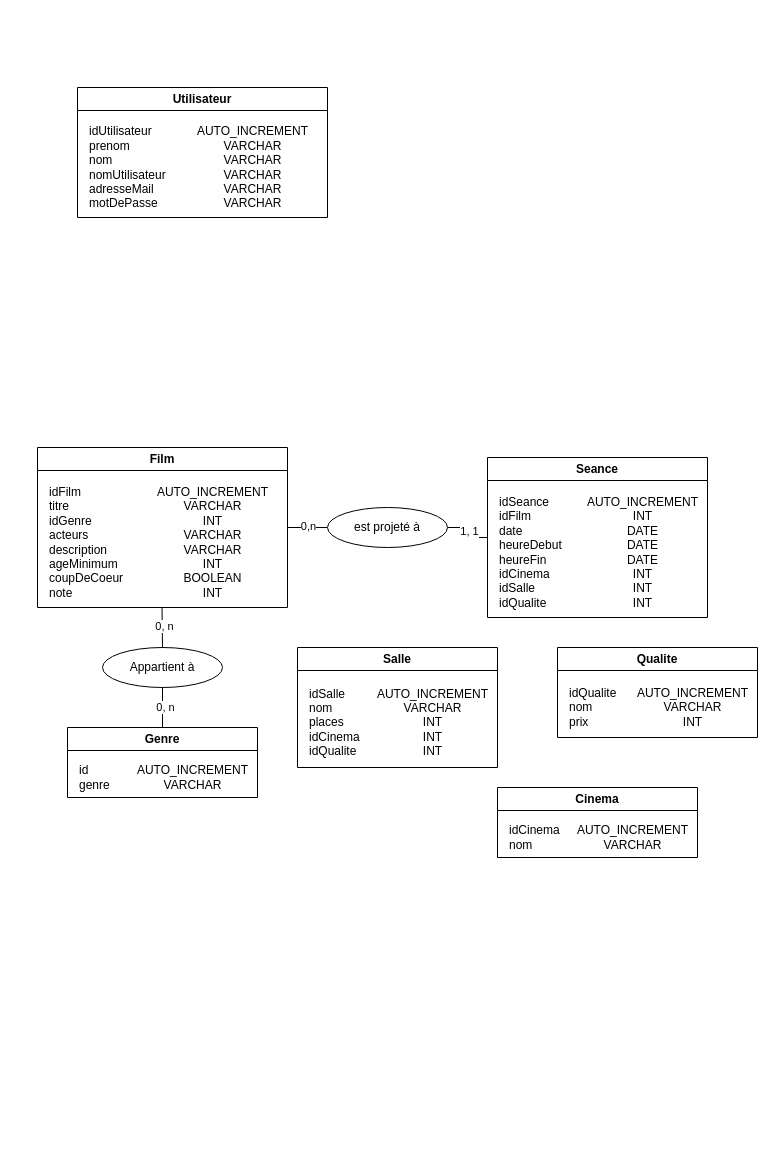
Earlier version of the draw.io diagram MCD.drawio (Thifanie/cinephoria). Source tidied: cells renumbered, new cells numbered last; positions are measured from the earlier drawing's top-left corner, leaving out a move shared by most shapes. Both pictures are drawn from the tidied source at 100%, with x=0, y=0 at pixel (37, 87).
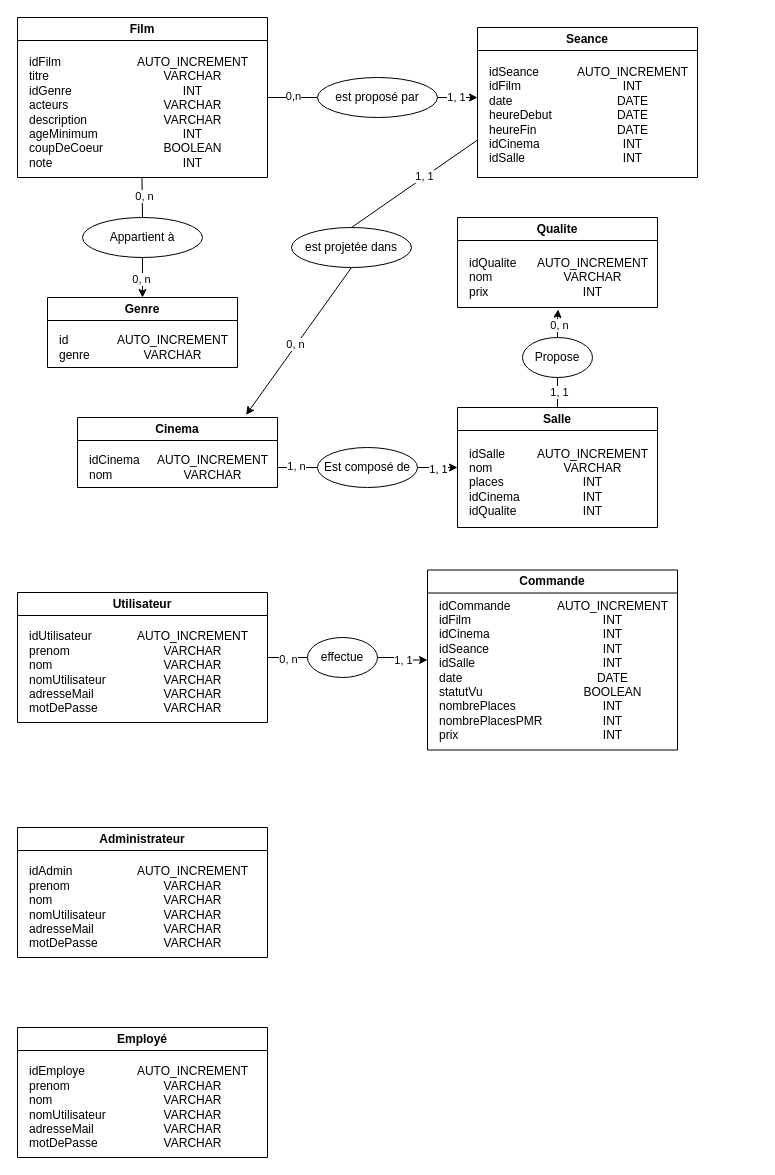
The same diagram, later.

Commit message (it also covers changes not shown here):
Mettre à jour MCD.drawio

The change refers to these unchanged cells:
```xml
<mxCell id="28" value="AUTO_INCREMENT&lt;div&gt;VARCHAR&lt;/div&gt;&lt;div&gt;INT&lt;/div&gt;" style="text;html=1;align=center;verticalAlign=middle;points=[];strokeColor=none;fillColor=none;" parent="27" vertex="1">
  <mxGeometry x="70" y="30" width="130" height="60" as="geometry" />
</mxCell>
<mxCell id="31" value="AUTO_INCREMENT&lt;div&gt;VARCHAR&lt;/div&gt;" style="text;html=1;align=center;verticalAlign=middle;points=[];strokeColor=none;fillColor=none;" parent="30" vertex="1">
  <mxGeometry x="70" y="30" width="130" height="40" as="geometry" />
</mxCell>
```

Change to the diagram source:
```diff
@@
+    <mxCell id="33" style="edgeStyle=orthogonalEdgeStyle;rounded=0;jettySize=auto;html=1;entryX=0;entryY=0.5;entryDx=0;entryDy=0;endArrow=none;endFill=0;" parent="1" edge="1" source="2" target="57">
+      <mxGeometry relative="1" as="geometry" />
+    </mxCell>
+    <mxCell id="34" value="0, n" style="edgeLabel;html=1;align=center;verticalAlign=middle;" parent="33" vertex="1">
+      <mxGeometry x="-0.02" y="-1" relative="1" as="geometry" />
+    </mxCell>
     <mxCell id="2" value="Utilisateur" style="swimlane;whiteSpace=wrap;html=1;fillColor=#FFFFFF;gradientColor=none;swimlaneLine=1;rounded=0;shadow=0;glass=0;" parent="1" vertex="1">
-      <mxGeometry x="40" width="250" height="130" as="geometry" />
+      <mxGeometry x="-20" y="505" width="250" height="130" as="geometry" />
     </mxCell>
@@
     <mxCell id="7" value="Film" style="swimlane;whiteSpace=wrap;html=1;fillColor=#FFFFFF;gradientColor=none;swimlaneLine=1;rounded=0;shadow=0;glass=0;" parent="1" vertex="1">
-      <mxGeometry y="360" width="250" height="160" as="geometry" />
+      <mxGeometry x="-20" y="-70" width="250" height="160" as="geometry" />
     </mxCell>
@@
-    <mxCell id="10" value="Genre" style="swimlane;whiteSpace=wrap;html=1;fillColor=#FFFFFF;gradientColor=none;swimlaneLine=1;rounded=0;shadow=0;glass=0;" parent="1" vertex="1">
-      <mxGeometry x="30" y="640" width="190" height="70" as="geometry" />
-    </mxCell>
-    <mxCell id="11" value="AUTO_INCREMENT&lt;div&gt;VARCHAR&lt;/div&gt;" style="text;html=1;align=center;verticalAlign=middle;strokeColor=none;fillColor=none;" parent="10" vertex="1">
-      <mxGeometry x="60" y="30" width="130" height="40" as="geometry" />
-    </mxCell>
-    <mxCell id="12" value="id&lt;div&gt;genre&lt;/div&gt;" style="text;html=1;align=left;verticalAlign=middle;strokeColor=none;fillColor=none;" parent="10" vertex="1">
-      <mxGeometry x="10" y="30" width="50" height="40" as="geometry" />
-    </mxCell>
-    <mxCell id="13" value="Appartient à" style="ellipse;whiteSpace=wrap;html=1;" parent="1" vertex="1">
-      <mxGeometry x="65" y="560" width="120" height="40" as="geometry" />
-    </mxCell>
-    <mxCell id="14" style="endArrow=none;html=1;rounded=0;exitX=0.5;exitY=0;exitDx=0;exitDy=0;" parent="1" edge="1" source="13">
+    <mxCell id="14" style="endArrow=none;html=1;rounded=0;exitX=0.5;exitY=0;exitDx=0;exitDy=0;" parent="1" edge="1">
       <mxGeometry relative="1" as="geometry">
-        <mxPoint x="124.5" y="520" as="targetPoint" />
+        <mxPoint x="105" y="130" as="sourcePoint" />
+        <mxPoint x="104.5" y="90" as="targetPoint" />
       </mxGeometry>
     </mxCell>
@@
-    <mxCell id="16" style="endArrow=none;html=1;rounded=0;exitX=0.5;exitY=0;exitDx=0;exitDy=0;entryX=0.5;entryY=1;entryDx=0;entryDy=0;" parent="1" edge="1" source="10" target="13">
-      <mxGeometry relative="1" as="geometry" />
-    </mxCell>
-    <mxCell id="17" value="0, n" style="edgeLabel;html=1;align=center;verticalAlign=middle;" parent="16" vertex="1">
-      <mxGeometry x="0.03" y="-2" relative="1" as="geometry" />
-    </mxCell>
     <mxCell id="18" value="Seance" style="swimlane;whiteSpace=wrap;html=1;fillColor=#FFFFFF;gradientColor=none;swimlaneLine=1;rounded=0;shadow=0;glass=0;" parent="1" vertex="1">
-      <mxGeometry x="450" y="370" width="220" height="160" as="geometry" />
+      <mxGeometry x="440" y="-60" width="220" height="150" as="geometry" />
     </mxCell>
-    <mxCell id="19" value="AUTO_INCREMENT&lt;div&gt;INT&lt;/div&gt;&lt;div&gt;DATE&lt;/div&gt;&lt;div&gt;DATE&lt;/div&gt;&lt;div&gt;DATE&lt;/div&gt;&lt;div&gt;INT&lt;/div&gt;&lt;div&gt;INT&lt;/div&gt;&lt;div&gt;INT&lt;/div&gt;" style="text;html=1;align=center;verticalAlign=middle;strokeColor=none;fillColor=none;" parent="18" vertex="1">
+    <mxCell id="19" value="AUTO_INCREMENT&lt;div&gt;INT&lt;/div&gt;&lt;div&gt;DATE&lt;/div&gt;&lt;div&gt;DATE&lt;/div&gt;&lt;div&gt;DATE&lt;/div&gt;&lt;div&gt;INT&lt;/div&gt;&lt;div&gt;INT&lt;/div&gt;&lt;div&gt;&lt;br&gt;&lt;/div&gt;" style="text;html=1;align=center;verticalAlign=middle;strokeColor=none;fillColor=none;" parent="18" vertex="1">
       <mxGeometry x="90" y="30" width="130" height="130" as="geometry" />
     </mxCell>
-    <mxCell id="20" value="idSeance&lt;div&gt;idFilm&lt;br&gt;&lt;div&gt;date&lt;/div&gt;&lt;/div&gt;&lt;div style=&quot;&quot;&gt;heureDebut&lt;/div&gt;&lt;div&gt;heureFin&lt;/div&gt;&lt;div&gt;idCinema&lt;/div&gt;&lt;div&gt;idSalle&lt;/div&gt;&lt;div&gt;idQualite&lt;/div&gt;" style="text;html=1;align=left;verticalAlign=middle;strokeColor=none;fillColor=none;" parent="18" vertex="1">
+    <mxCell id="20" value="idSeance&lt;div&gt;idFilm&lt;br&gt;&lt;div&gt;date&lt;/div&gt;&lt;/div&gt;&lt;div style=&quot;&quot;&gt;heureDebut&lt;/div&gt;&lt;div&gt;heureFin&lt;/div&gt;&lt;div&gt;idCinema&lt;/div&gt;&lt;div&gt;idSalle&lt;/div&gt;&lt;div&gt;&lt;br&gt;&lt;/div&gt;" style="text;html=1;align=left;verticalAlign=middle;strokeColor=none;fillColor=none;" parent="18" vertex="1">
       <mxGeometry x="10" y="30" width="90" height="130" as="geometry" />
     </mxCell>
-    <mxCell id="21" style="edgeStyle=orthogonalEdgeStyle;rounded=0;jettySize=auto;html=1;exitX=1;exitY=0.5;exitDx=0;exitDy=0;entryX=0;entryY=0.5;entryDx=0;entryDy=0;endArrow=none;endFill=0;" parent="1" edge="1" source="23" target="18">
-      <mxGeometry relative="1" as="geometry" />
+    <mxCell id="21" style="edgeStyle=orthogonalEdgeStyle;rounded=0;jettySize=auto;html=1;exitX=1;exitY=0.5;exitDx=0;exitDy=0;endArrow=classic;endFill=1;" parent="1" edge="1" source="23">
+      <mxGeometry relative="1" as="geometry">
+        <mxPoint x="440" y="10" as="targetPoint" />
+      </mxGeometry>
     </mxCell>
@@
-    <mxCell id="23" value="est projeté à" style="ellipse;whiteSpace=wrap;html=1;" parent="1" vertex="1">
-      <mxGeometry x="290" y="420" width="120" height="40" as="geometry" />
+    <mxCell id="23" value="est proposé par" style="ellipse;whiteSpace=wrap;html=1;" parent="1" vertex="1">
+      <mxGeometry x="280" y="-10" width="120" height="40" as="geometry" />
     </mxCell>
+    <mxCell id="35" style="edgeStyle=orthogonalEdgeStyle;rounded=0;jettySize=auto;html=1;exitX=0.5;exitY=0;exitDx=0;exitDy=0;entryX=0.5;entryY=1;entryDx=0;entryDy=0;endArrow=none;endFill=0;" parent="1" edge="1" source="24" target="42">
+      <mxGeometry relative="1" as="geometry" />
+    </mxCell>
+    <mxCell id="36" value="1, 1" style="edgeLabel;html=1;align=center;verticalAlign=middle;" parent="35" vertex="1">
+      <mxGeometry x="0.04" y="-1" relative="1" as="geometry" />
+    </mxCell>
     <mxCell id="24" value="Salle" style="swimlane;whiteSpace=wrap;html=1;fillColor=#FFFFFF;gradientColor=none;swimlaneLine=1;rounded=0;shadow=0;glass=0;" parent="1" vertex="1">
-      <mxGeometry x="260" y="560" width="200" height="120" as="geometry" />
+      <mxGeometry x="420" y="320" width="200" height="120" as="geometry" />
     </mxCell>
@@
     <mxCell id="27" value="Qualite" style="swimlane;whiteSpace=wrap;html=1;fillColor=#FFFFFF;gradientColor=none;swimlaneLine=1;rounded=0;shadow=0;glass=0;" parent="1" vertex="1">
-      <mxGeometry x="520" y="560" width="200" height="90" as="geometry" />
+      <mxGeometry x="420" y="130" width="200" height="90" as="geometry" />
     </mxCell>
@@
     <mxCell id="30" value="Cinema" style="swimlane;whiteSpace=wrap;html=1;fillColor=#FFFFFF;gradientColor=none;swimlaneLine=1;rounded=0;shadow=0;glass=0;" parent="1" vertex="1">
-      <mxGeometry x="460" y="700" width="200" height="70" as="geometry" />
+      <mxGeometry x="40" y="330" width="200" height="70" as="geometry" />
     </mxCell>
@@
+    <mxCell id="37" style="edgeStyle=orthogonalEdgeStyle;rounded=0;jettySize=auto;html=1;exitX=1;exitY=0.5;exitDx=0;exitDy=0;entryX=0;entryY=0.5;entryDx=0;entryDy=0;endArrow=classic;endFill=1;" parent="1" edge="1" source="39" target="24">
+      <mxGeometry relative="1" as="geometry" />
+    </mxCell>
+    <mxCell id="38" value="1, 1" style="edgeLabel;html=1;align=center;verticalAlign=middle;" parent="37" vertex="1">
+      <mxGeometry y="-1" relative="1" as="geometry" />
+    </mxCell>
+    <mxCell id="39" value="Est composé de" style="ellipse;whiteSpace=wrap;html=1;" parent="1" vertex="1">
+      <mxGeometry x="280" y="360" width="100" height="40" as="geometry" />
+    </mxCell>
+    <mxCell id="40" style="edgeStyle=orthogonalEdgeStyle;rounded=0;jettySize=auto;html=1;endArrow=none;endFill=0;" parent="1" edge="1" source="31" target="39">
+      <mxGeometry relative="1" as="geometry" />
+    </mxCell>
+    <mxCell id="41" value="1, n" style="edgeLabel;html=1;align=center;verticalAlign=middle;" parent="40" vertex="1">
+      <mxGeometry x="-0.1" y="2" relative="1" as="geometry" />
+    </mxCell>
+    <mxCell id="42" value="Propose" style="ellipse;whiteSpace=wrap;html=1;" parent="1" vertex="1">
+      <mxGeometry x="485" y="250" width="70" height="40" as="geometry" />
+    </mxCell>
+    <mxCell id="43" style="edgeStyle=orthogonalEdgeStyle;rounded=0;jettySize=auto;html=1;entryX=0.236;entryY=1.033;entryDx=0;entryDy=0;entryPerimeter=0;endArrow=classic;endFill=1;" parent="1" edge="1" source="42" target="28">
+      <mxGeometry relative="1" as="geometry" />
+    </mxCell>
+    <mxCell id="44" value="0, n" style="edgeLabel;html=1;align=center;verticalAlign=middle;" parent="43" vertex="1">
+      <mxGeometry x="-0.12" y="-1" relative="1" as="geometry" />
+    </mxCell>
+    <mxCell id="45" value="est projetée dans" style="ellipse;whiteSpace=wrap;html=1;" parent="1" vertex="1">
+      <mxGeometry x="254" y="140" width="120" height="40" as="geometry" />
+    </mxCell>
+    <mxCell id="10" value="Genre" style="swimlane;whiteSpace=wrap;html=1;fillColor=#FFFFFF;gradientColor=none;swimlaneLine=1;rounded=0;shadow=0;glass=0;" parent="1" vertex="1">
+      <mxGeometry x="10" y="210" width="190" height="70" as="geometry" />
+    </mxCell>
+    <mxCell id="11" value="AUTO_INCREMENT&lt;div&gt;VARCHAR&lt;/div&gt;" style="text;html=1;align=center;verticalAlign=middle;strokeColor=none;fillColor=none;" parent="10" vertex="1">
+      <mxGeometry x="60" y="30" width="130" height="40" as="geometry" />
+    </mxCell>
+    <mxCell id="12" value="id&lt;div&gt;genre&lt;/div&gt;" style="text;html=1;align=left;verticalAlign=middle;strokeColor=none;fillColor=none;" parent="10" vertex="1">
+      <mxGeometry x="10" y="30" width="50" height="40" as="geometry" />
+    </mxCell>
+    <mxCell id="13" value="Appartient à" style="ellipse;whiteSpace=wrap;html=1;" parent="1" vertex="1">
+      <mxGeometry x="45" y="130" width="120" height="40" as="geometry" />
+    </mxCell>
+    <mxCell id="46" style="endArrow=classic;html=1;rounded=0;entryX=0.5;entryY=1;entryDx=0;entryDy=0;endFill=1;exitX=0.5;exitY=1;exitDx=0;exitDy=0;" parent="1" edge="1" source="13">
+      <mxGeometry relative="1" as="geometry">
+        <mxPoint x="105" y="210" as="targetPoint" />
+      </mxGeometry>
+    </mxCell>
+    <mxCell id="47" value="0, n" style="edgeLabel;html=1;align=center;verticalAlign=middle;" parent="46" vertex="1">
+      <mxGeometry x="0.03" y="-2" relative="1" as="geometry" />
+    </mxCell>
+    <mxCell id="48" style="endArrow=none;html=1;rounded=0;entryX=0;entryY=0.75;entryDx=0;entryDy=0;exitX=0.5;exitY=0;exitDx=0;exitDy=0;" parent="1" edge="1" source="45" target="18">
+      <mxGeometry relative="1" as="geometry" />
+    </mxCell>
+    <mxCell id="49" value="1, 1" style="edgeLabel;html=1;align=center;verticalAlign=middle;" parent="48" vertex="1">
+      <mxGeometry x="0.16" y="1" relative="1" as="geometry" />
+    </mxCell>
+    <mxCell id="50" style="endArrow=classic;html=1;rounded=0;exitX=0.5;exitY=1;exitDx=0;exitDy=0;entryX=0.843;entryY=-0.038;entryDx=0;entryDy=0;endFill=1;entryPerimeter=0;" parent="1" edge="1" source="45" target="30">
+      <mxGeometry relative="1" as="geometry" />
+    </mxCell>
+    <mxCell id="51" value="0, n" style="edgeLabel;html=1;align=center;verticalAlign=middle;" parent="50" vertex="1">
+      <mxGeometry x="0.06" y="-2" relative="1" as="geometry">
+        <mxPoint x="1" as="offset" />
+      </mxGeometry>
+    </mxCell>
+    <mxCell id="52" value="Commande" style="swimlane;whiteSpace=wrap;html=1;fillColor=#FFFFFF;gradientColor=none;swimlaneLine=1;rounded=0;shadow=0;glass=0;" parent="1" vertex="1">
+      <mxGeometry x="390" y="482.5" width="250" height="180" as="geometry" />
+    </mxCell>
+    <mxCell id="53" value="AUTO_INCREMENT&lt;div&gt;INT&lt;/div&gt;&lt;div&gt;INT&lt;/div&gt;&lt;div&gt;INT&lt;/div&gt;&lt;div&gt;INT&lt;/div&gt;&lt;div&gt;DATE&lt;/div&gt;&lt;div&gt;BOOLEAN&lt;/div&gt;&lt;div&gt;INT&lt;/div&gt;&lt;div&gt;INT&lt;/div&gt;&lt;div&gt;INT&lt;/div&gt;" style="text;html=1;align=center;verticalAlign=middle;strokeColor=none;fillColor=none;" parent="52" vertex="1">
+      <mxGeometry x="120" y="20" width="130" height="160" as="geometry" />
+    </mxCell>
+    <mxCell id="54" value="idCommande&lt;div&gt;idFilm&lt;/div&gt;&lt;div&gt;idCinema&lt;br&gt;&lt;div&gt;idSeance&lt;/div&gt;&lt;/div&gt;&lt;div&gt;idSalle&lt;/div&gt;&lt;div&gt;date&lt;/div&gt;&lt;div&gt;statutVu&lt;/div&gt;&lt;div&gt;nombrePlaces&lt;/div&gt;&lt;div&gt;nombrePlacesPMR&lt;/div&gt;&lt;div&gt;prix&amp;nbsp;&lt;/div&gt;" style="text;html=1;align=left;verticalAlign=middle;strokeColor=none;fillColor=none;" parent="52" vertex="1">
+      <mxGeometry x="10" y="20" width="130" height="160" as="geometry" />
+    </mxCell>
+    <mxCell id="55" style="edgeStyle=orthogonalEdgeStyle;rounded=0;jettySize=auto;html=1;entryX=0;entryY=0.5;entryDx=0;entryDy=0;endArrow=classic;endFill=1;" parent="1" edge="1" source="57" target="52">
+      <mxGeometry relative="1" as="geometry" />
+    </mxCell>
+    <mxCell id="56" value="1, 1" style="edgeLabel;html=1;align=center;verticalAlign=middle;" parent="55" vertex="1">
+      <mxGeometry x="0.07" relative="1" as="geometry" />
+    </mxCell>
+    <mxCell id="57" value="effectue" style="ellipse;whiteSpace=wrap;html=1;" parent="1" vertex="1">
+      <mxGeometry x="270" y="550" width="70" height="40" as="geometry" />
+    </mxCell>
+    <mxCell id="58" value="Administrateur" style="swimlane;whiteSpace=wrap;html=1;fillColor=#FFFFFF;gradientColor=none;swimlaneLine=1;rounded=0;shadow=0;glass=0;startSize=23;" parent="1" vertex="1">
+      <mxGeometry x="-20" y="740" width="250" height="130" as="geometry" />
+    </mxCell>
+    <mxCell id="59" value="AUTO_INCREMENT&lt;div&gt;VARCHAR&lt;/div&gt;&lt;div&gt;VARCHAR&lt;/div&gt;&lt;div&gt;VARCHAR&lt;/div&gt;&lt;div&gt;VARCHAR&lt;/div&gt;&lt;div&gt;VARCHAR&lt;/div&gt;" style="text;html=1;align=center;verticalAlign=middle;strokeColor=none;fillColor=none;" parent="58" vertex="1">
+      <mxGeometry x="110" y="30" width="130" height="100" as="geometry" />
+    </mxCell>
+    <mxCell id="60" value="idAdmin&lt;div&gt;prenom&lt;div&gt;nom&lt;/div&gt;&lt;/div&gt;&lt;div style=&quot;&quot;&gt;nomUtilisateur&lt;/div&gt;&lt;div&gt;adresseMail&lt;/div&gt;&lt;div&gt;motDePasse&lt;/div&gt;" style="text;html=1;align=left;verticalAlign=middle;strokeColor=none;fillColor=none;" parent="58" vertex="1">
+      <mxGeometry x="10" y="30" width="100" height="100" as="geometry" />
+    </mxCell>
+    <mxCell id="61" value="Employé" style="swimlane;whiteSpace=wrap;html=1;fillColor=#FFFFFF;gradientColor=none;swimlaneLine=1;rounded=0;shadow=0;glass=0;startSize=23;" parent="1" vertex="1">
+      <mxGeometry x="-20" y="940" width="250" height="130" as="geometry" />
+    </mxCell>
+    <mxCell id="62" value="AUTO_INCREMENT&lt;div&gt;VARCHAR&lt;/div&gt;&lt;div&gt;VARCHAR&lt;/div&gt;&lt;div&gt;VARCHAR&lt;/div&gt;&lt;div&gt;VARCHAR&lt;/div&gt;&lt;div&gt;VARCHAR&lt;/div&gt;" style="text;html=1;align=center;verticalAlign=middle;strokeColor=none;fillColor=none;" parent="61" vertex="1">
+      <mxGeometry x="110" y="30" width="130" height="100" as="geometry" />
+    </mxCell>
+    <mxCell id="63" value="idEmploye&lt;div&gt;prenom&lt;div&gt;nom&lt;/div&gt;&lt;/div&gt;&lt;div style=&quot;&quot;&gt;nomUtilisateur&lt;/div&gt;&lt;div&gt;adresseMail&lt;/div&gt;&lt;div&gt;motDePasse&lt;/div&gt;" style="text;html=1;align=left;verticalAlign=middle;strokeColor=none;fillColor=none;" parent="61" vertex="1">
+      <mxGeometry x="10" y="30" width="100" height="100" as="geometry" />
+    </mxCell>
```
